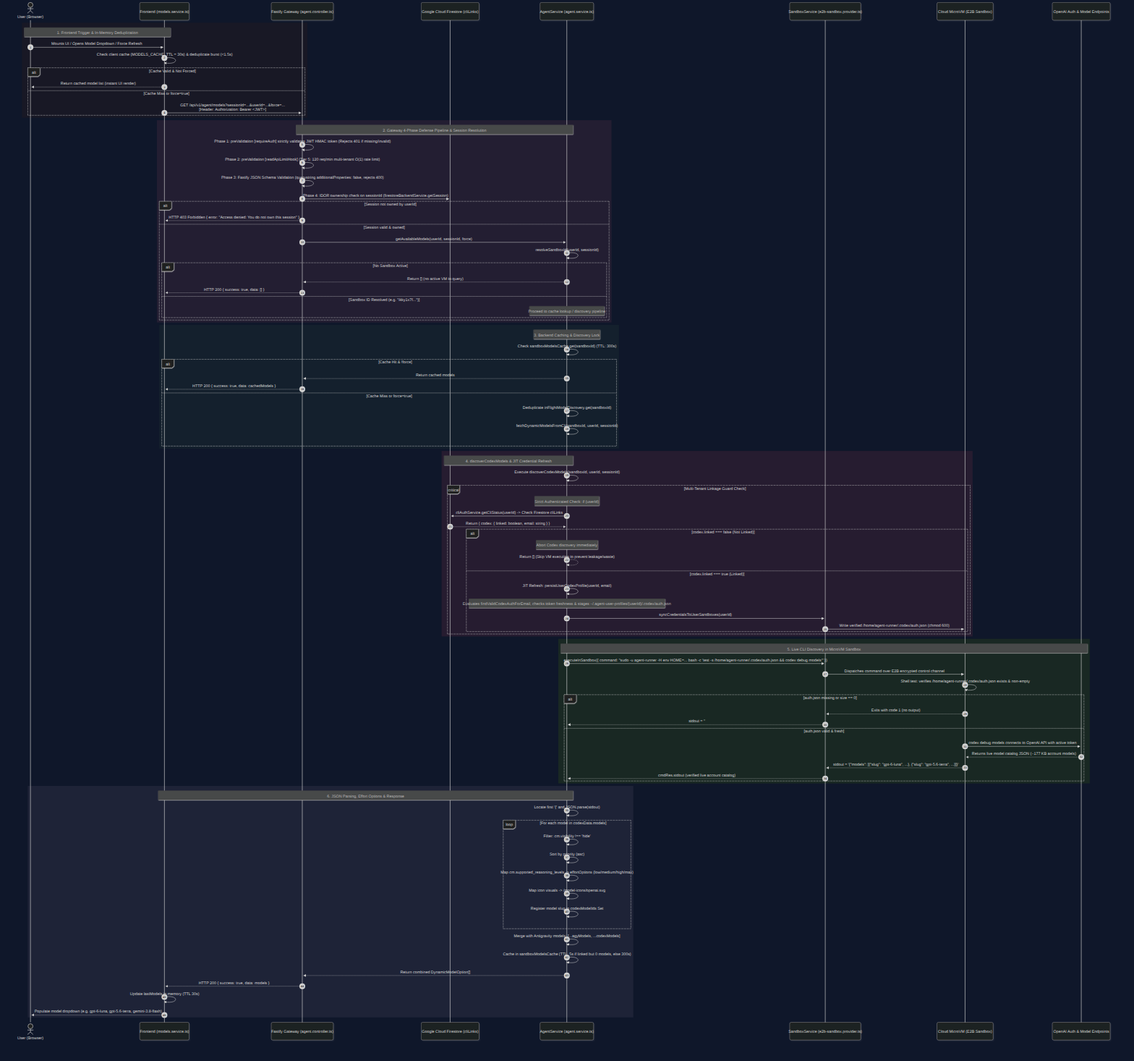
Before: backend/visualizations/codex-model-retrieval-sequence.png, a diagram exported from Mermaid (Psychopomp3012/Atelier-integrated-ai-web-ui). Its source is kept beside it as backend/visualizations/codex-model-retrieval-sequence.mmd.
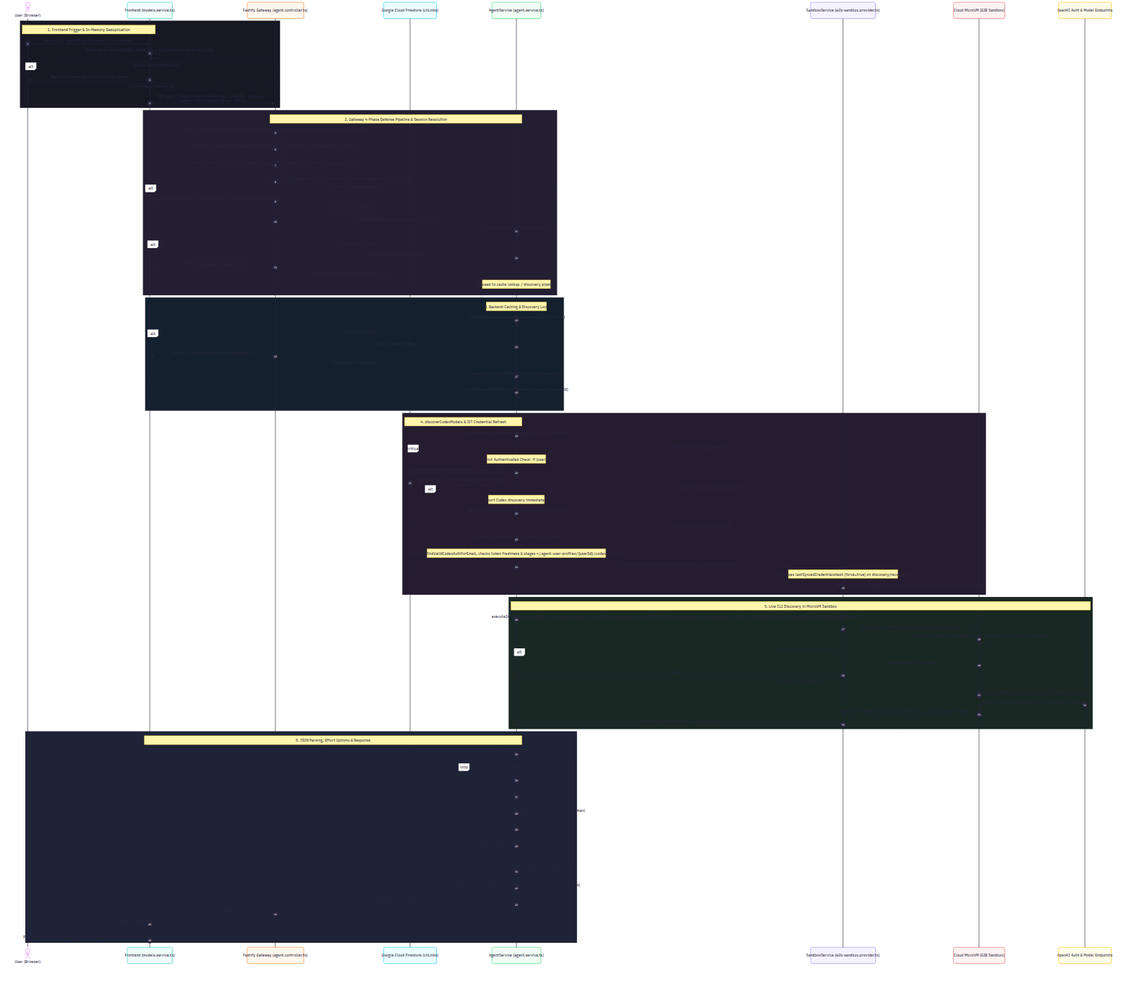
The same diagram one commit later.

What changed in the source:
```diff
@@ -65,15 +65,16 @@
             else codex.linked === true (Linked)
                 AS->>AS: JIT Refresh: persistUserCodexProfile(userId, email)
                 Note over AS: Evaluates findValidCodexAuthForEmail, checks token freshness & stages ~/.agent-user-profiles/{userId}/.codex/auth.json
-                AS->>SS: syncCredentialsToUserSandboxes(userId)
-                SS->>VM: Write verified /home/agent-runner/.codex/auth.json (chmod 600)
+                AS->>SS: syncCredentialsToSpecificSandbox(sandboxId, userId, force=true)
+                Note over SS: Bypasses lastSyncedCredentialsHash (force=true) on discovery/reconnect
+                SS->>VM: Write verified /home/agent-runner/.codex/auth.json (chmod 600, agent-runner DAC)
             end
         end
     end
 
     rect rgb(25, 40, 35)
         Note over AS,OAI: 5. Live CLI Discovery in MicroVM Sandbox
-        AS->>SS: executeInSandbox({ command: "sudo -u agent-runner -H env HOME=... bash -c 'test -s /home/agent-runner/.codex/auth.json && codex debug models'" })
+        AS->>SS: executeInSandbox({ command: "sudo -u agent-runner -H env HOME=/home/agent-runner CODEX_HOME=/home/agent-runner/.codex bash -c 'test -s /home/agent-runner/.codex/auth.json && codex debug models'" })
         SS->>VM: Dispatches command over E2B encrypted control channel
         VM->>VM: Shell test: verifies /home/agent-runner/.codex/auth.json exists & non-empty
         alt auth.json missing or size == 0
```
